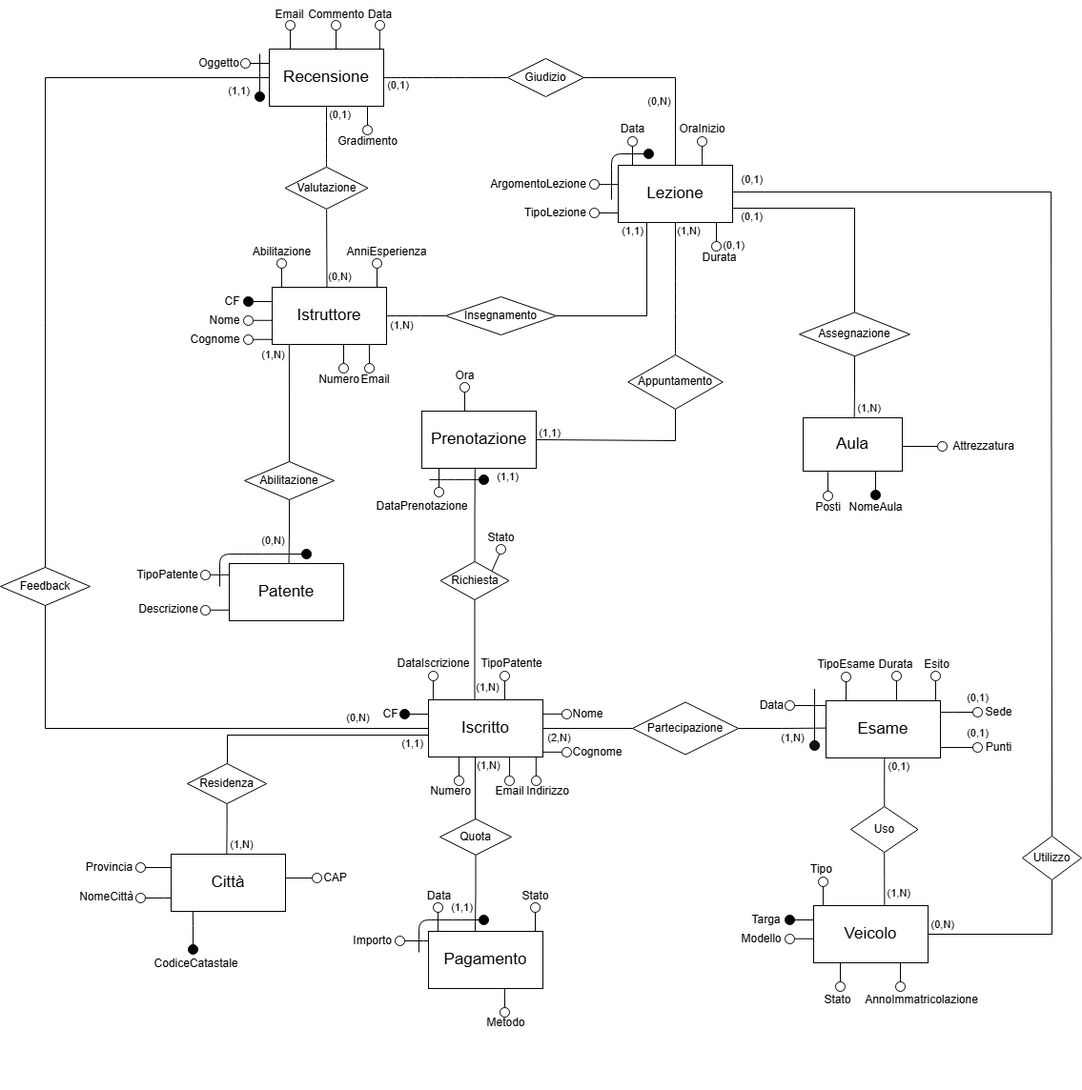
Before: img/ER_ScuolaGuidaRistrutturato.drawio.png, a diagram exported from draw.io (Andrea-Difino/db_scuola_guida). Source tidied: cells renumbered, new cells last; positions are measured from the earlier drawing's top-left corner, leaving out a move shared by most shapes.
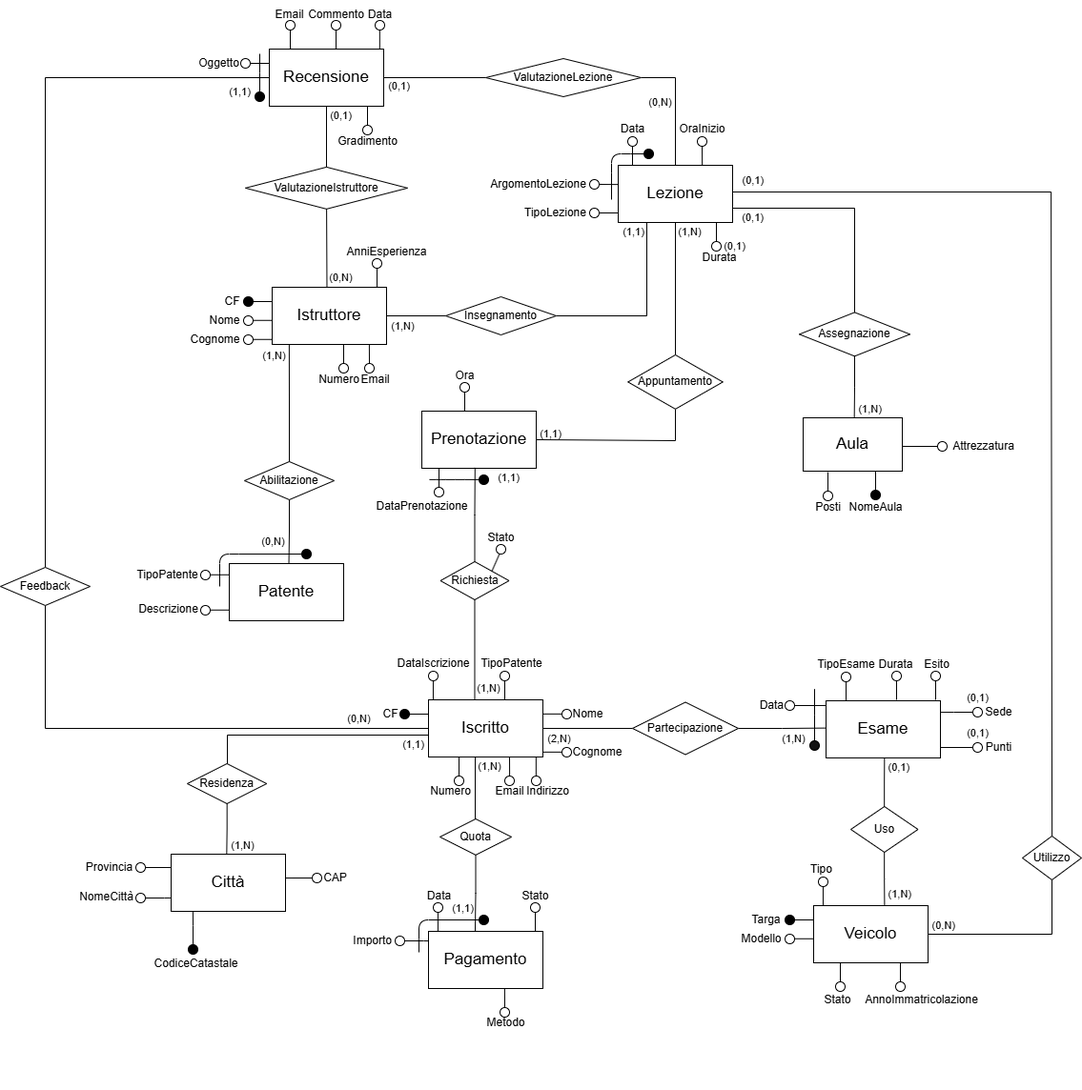
The same diagram one commit later.

Change to the diagram source:
```diff
@@ -213,27 +213,15 @@
     <mxCell id="55" style="ellipse;whiteSpace=wrap;html=1;rounded=0;strokeColor=light-dark(#000000,#000000);align=center;verticalAlign=middle;fontFamily=Helvetica;fontSize=12;fontColor=light-dark(#000000,#000000);fillColor=light-dark(#000000,#FFFFFF);" parent="39" vertex="1">
       <mxGeometry x="200" y="130" width="10" height="10" as="geometry" />
     </mxCell>
-    <mxCell id="56" value="&lt;font style=&quot;color: light-dark(rgb(0, 0, 0), rgb(0, 0, 0));&quot;&gt;Abilitazione&lt;/font&gt;" style="text;html=1;align=center;verticalAlign=middle;strokeColor=none;fillColor=none;fontFamily=Helvetica;fontSize=12;fontColor=default;" parent="39" vertex="1">
-      <mxGeometry x="100" y="-2" width="80" height="30" as="geometry" />
-    </mxCell>
     <mxCell id="57" value="&lt;font style=&quot;color: light-dark(rgb(0, 0, 0), rgb(0, 0, 0));&quot;&gt;AnniEsperienza&lt;/font&gt;" style="text;html=1;align=center;verticalAlign=middle;strokeColor=none;fillColor=none;fontFamily=Helvetica;fontSize=12;fontColor=default;" parent="39" vertex="1">
       <mxGeometry x="195" y="-2" width="110" height="30" as="geometry" />
     </mxCell>
-    <mxCell id="58" style="endArrow=none;html=1;rounded=0;fontFamily=Helvetica;fontSize=12;fontColor=default;entryX=0.25;entryY=1;entryDx=0;entryDy=0;strokeColor=light-dark(#000000,#000000);" parent="39" edge="1">
-      <mxGeometry relative="1" as="geometry">
-        <mxPoint x="139.9" y="50" as="sourcePoint" />
-        <mxPoint x="139.9" y="30" as="targetPoint" />
-      </mxGeometry>
-    </mxCell>
     <mxCell id="59" style="endArrow=none;html=1;rounded=0;fontFamily=Helvetica;fontSize=12;fontColor=default;entryX=0.75;entryY=1;entryDx=0;entryDy=0;strokeColor=light-dark(#000000,#000000);" parent="39" edge="1">
       <mxGeometry relative="1" as="geometry">
         <mxPoint x="240" y="50" as="sourcePoint" />
         <mxPoint x="240" y="30" as="targetPoint" />
       </mxGeometry>
     </mxCell>
-    <mxCell id="60" style="ellipse;whiteSpace=wrap;html=1;rounded=0;strokeColor=light-dark(#000000,#000000);align=center;verticalAlign=middle;fontFamily=Helvetica;fontSize=12;fontColor=light-dark(#000000,#000000);fillColor=light-dark(#000000,#FFFFFF);" parent="39" vertex="1">
-      <mxGeometry x="135" y="20" width="10" height="10" as="geometry" />
-    </mxCell>
     <mxCell id="61" style="ellipse;whiteSpace=wrap;html=1;rounded=0;strokeColor=light-dark(#000000,#000000);align=center;verticalAlign=middle;fontFamily=Helvetica;fontSize=12;fontColor=light-dark(#000000,#000000);fillColor=light-dark(#000000,#FFFFFF);" parent="39" vertex="1">
       <mxGeometry x="235" y="20" width="10" height="10" as="geometry" />
     </mxCell>
@@ -727,8 +715,8 @@
     <mxCell id="185" style="edgeStyle=none;curved=1;rounded=0;jettySize=auto;html=1;entryX=0.5;entryY=1;entryDx=0;entryDy=0;fontSize=12;startSize=8;endSize=8;strokeColor=light-dark(#000000,#000000);endArrow=none;startFill=0;" parent="1" edge="1" source="186" target="22">
       <mxGeometry relative="1" as="geometry" />
     </mxCell>
-    <mxCell id="186" value="&lt;font style=&quot;color: light-dark(rgb(0, 0, 0), rgb(0, 0, 0));&quot;&gt;Valutazione&lt;/font&gt;" style="rhombus;whiteSpace=wrap;html=1;fillColor=light-dark(#FFFFFF,#FFFFFF);strokeColor=light-dark(#000000,#000000);" parent="1" vertex="1">
-      <mxGeometry x="298.5" y="174.9" width="87" height="44" as="geometry" />
+    <mxCell id="186" value="&lt;font style=&quot;color: light-dark(rgb(0, 0, 0), rgb(0, 0, 0));&quot;&gt;ValutazioneIstruttore&lt;/font&gt;" style="rhombus;whiteSpace=wrap;html=1;fillColor=light-dark(#FFFFFF,#FFFFFF);strokeColor=light-dark(#000000,#000000);" parent="1" vertex="1">
+      <mxGeometry x="257" y="174.9" width="170" height="44" as="geometry" />
     </mxCell>
     <mxCell id="187" value="&lt;font style=&quot;color: light-dark(rgb(0, 0, 0), rgb(0, 0, 0));&quot;&gt;Data&lt;/font&gt;" style="text;html=1;align=center;verticalAlign=middle;strokeColor=none;fillColor=none;fontFamily=Helvetica;fontSize=12;fontColor=default;" parent="1" vertex="1">
       <mxGeometry x="373" width="50" height="30" as="geometry" />
@@ -746,8 +734,8 @@
         </Array>
       </mxGeometry>
     </mxCell>
-    <mxCell id="191" value="&lt;font style=&quot;color: light-dark(rgb(0, 0, 0), rgb(0, 0, 0));&quot;&gt;Giudizio&lt;/font&gt;" style="rhombus;whiteSpace=wrap;html=1;fillColor=light-dark(#FFFFFF,#FFFFFF);strokeColor=light-dark(#000000,#000000);" parent="1" vertex="1">
-      <mxGeometry x="532" y="61" width="80" height="40" as="geometry" />
+    <mxCell id="191" value="&lt;font style=&quot;color: light-dark(rgb(0, 0, 0), rgb(0, 0, 0));&quot;&gt;ValutazioneLezione&lt;/font&gt;" style="rhombus;whiteSpace=wrap;html=1;fillColor=light-dark(#FFFFFF,#FFFFFF);strokeColor=light-dark(#000000,#000000);" parent="1" vertex="1">
+      <mxGeometry x="509" y="61" width="163" height="40" as="geometry" />
     </mxCell>
     <mxCell id="192" style="edgeStyle=none;shape=connector;curved=1;rounded=0;jettySize=auto;html=1;entryX=0;entryY=0.5;entryDx=0;entryDy=0;strokeColor=light-dark(#000000,#000000);align=center;verticalAlign=middle;fontFamily=Helvetica;fontSize=12;fontColor=default;labelBackgroundColor=default;startFill=0;startSize=8;endArrow=none;endSize=8;" parent="1" edge="1" source="22" target="191">
       <mxGeometry relative="1" as="geometry" />
```
